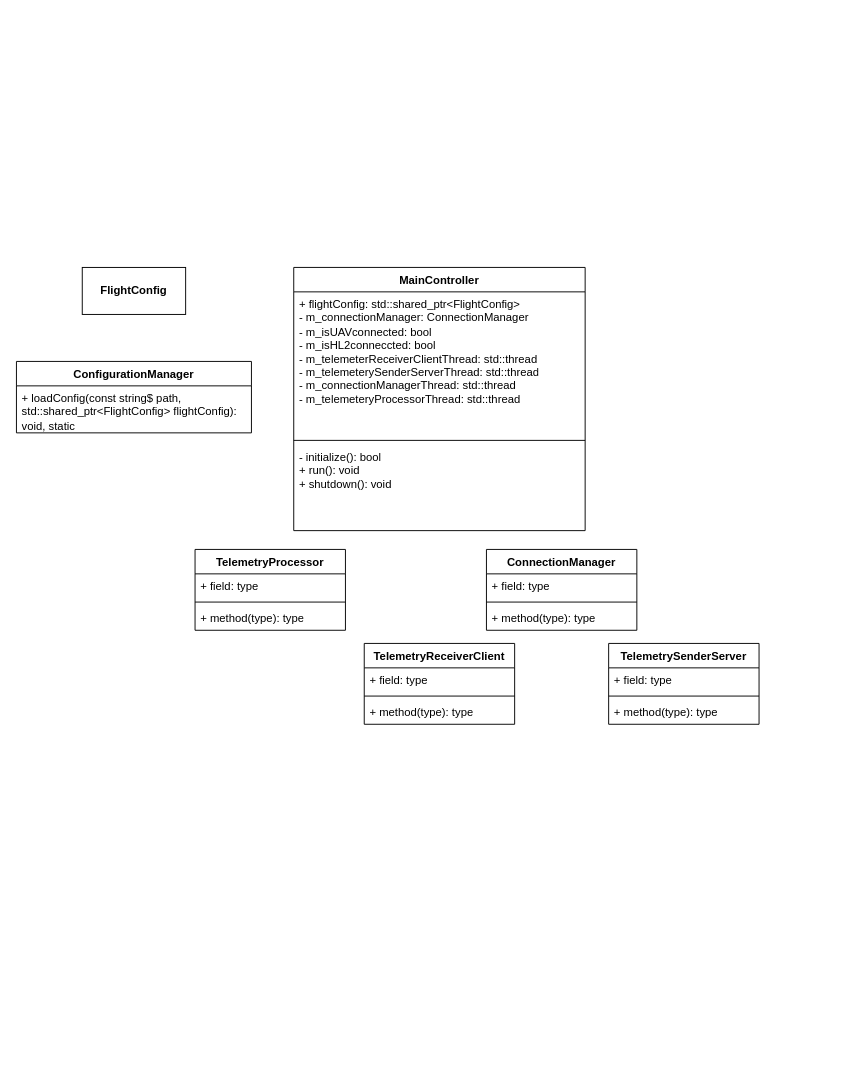
szymek1/DronePositioningV2 keeps this draw.io diagram as docs/WindowsDesktopAppBackend.drawio. Above is the earlier version. Source tidied: cells renumbered, new cells numbered last; positions are measured from the earlier drawing's top-left corner, leaving out a move shared by most shapes. Both pictures are drawn from the tidied source at 94%, with x=0, y=0 at pixel (16, 267).
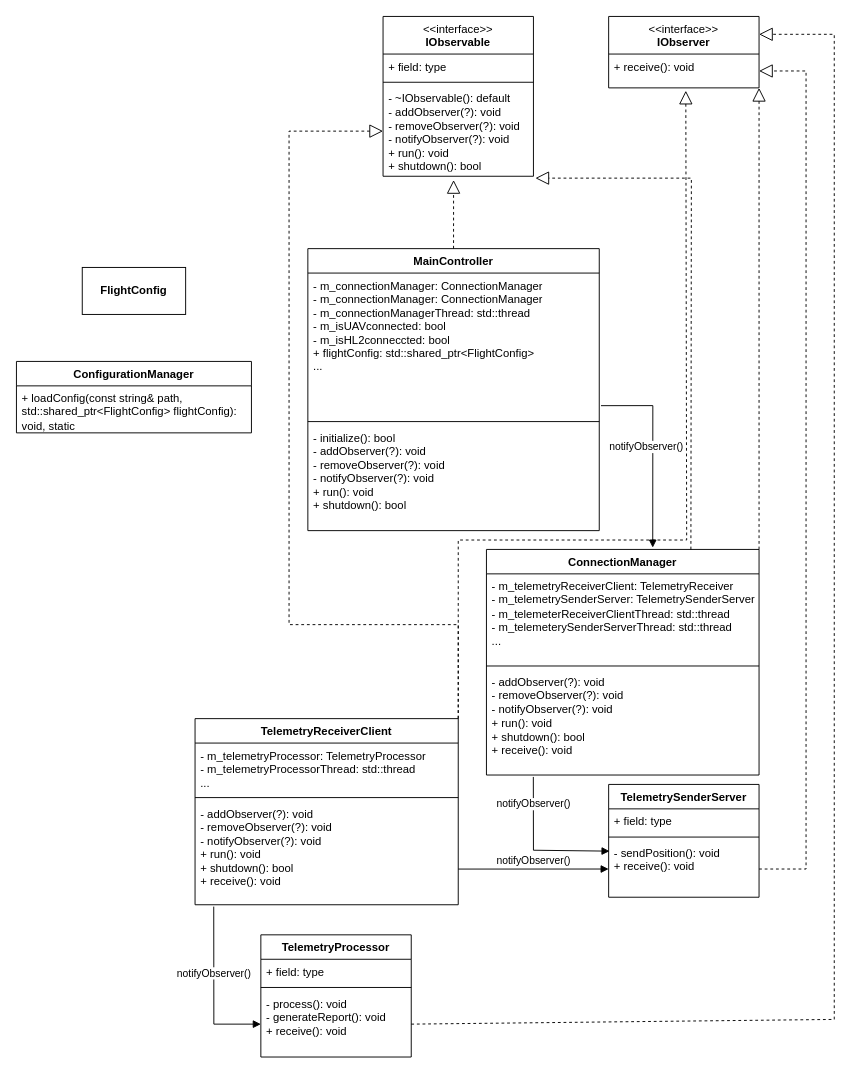
Above is the later version.

Commit message:
Working on Windows desktop app block diagram

The change refers to these unchanged cells:
```xml
<mxCell id="6" value="ConfigurationManager" style="swimlane;fontStyle=1;align=center;verticalAlign=top;horizontal=1;startSize=26;whiteSpace=wrap;html=1;" parent="1" vertex="1">
  <mxGeometry y="100" width="250" height="76" as="geometry" />
</mxCell>
```

What changed in the source:
```diff
@@
     <mxCell id="2" value="MainController" style="swimlane;fontStyle=1;align=center;verticalAlign=top;horizontal=1;startSize=26;whiteSpace=wrap;html=1;" parent="1" vertex="1">
-      <mxGeometry x="295" width="310" height="280" as="geometry" />
+      <mxGeometry x="310" y="-20" width="310" height="300" as="geometry" />
     </mxCell>
-    <mxCell id="3" value="&lt;div&gt;+ flightConfig: std::shared_ptr&amp;lt;FlightConfig&amp;gt;&lt;/div&gt;&lt;div&gt;- m_connectionManager: ConnectionManager&lt;/div&gt;&lt;div&gt;- m_isUAVconnected: bool&lt;/div&gt;&lt;div&gt;- m_isHL2conneccted: bool&lt;/div&gt;&lt;div&gt;- m_telemeterReceiverClientThread: std::thread&lt;br&gt;&lt;/div&gt;&lt;div&gt;- m_telemeterySenderServerThread: std::thread&lt;br&gt;&lt;/div&gt;&lt;div&gt;- m_connectionManagerThread: std::thread&lt;/div&gt;&lt;div&gt;- m_telemeteryProcessorThread: std::thread&lt;br&gt;&lt;/div&gt;" style="text;strokeColor=none;fillColor=none;align=left;verticalAlign=top;spacingLeft=4;spacingRight=4;overflow=hidden;points=[[0,0.5],[1,0.5]];portConstraint=eastwest;whiteSpace=wrap;html=1;" parent="2" vertex="1">
+    <mxCell id="3" value="&lt;div&gt;&lt;div&gt;&lt;div&gt;- m_connectionManager: ConnectionManager&lt;/div&gt;&lt;/div&gt;&lt;div&gt;- m_connectionManager: ConnectionManager&lt;/div&gt;&lt;div&gt;- m_connectionManagerThread: std::thread&lt;/div&gt;&lt;div&gt;&lt;div&gt;- m_isUAVconnected: bool&lt;/div&gt;&lt;div&gt;- m_isHL2conneccted: bool&lt;/div&gt;&lt;/div&gt;&lt;/div&gt;&lt;div&gt;+ flightConfig: std::shared_ptr&amp;lt;FlightConfig&amp;gt;&lt;/div&gt;&lt;div&gt;...&lt;br&gt;&lt;/div&gt;&lt;div&gt;&lt;br&gt;&lt;/div&gt;" style="text;strokeColor=none;fillColor=none;align=left;verticalAlign=top;spacingLeft=4;spacingRight=4;overflow=hidden;points=[[0,0.5],[1,0.5]];portConstraint=eastwest;whiteSpace=wrap;html=1;" parent="2" vertex="1">
       <mxGeometry y="26" width="310" height="154" as="geometry" />
     </mxCell>
@@
-    <mxCell id="5" value="&lt;div&gt;- initialize(): bool&lt;/div&gt;&lt;div&gt;+ run(): void&lt;/div&gt;&lt;div&gt;+ shutdown(): void&lt;br&gt;&lt;/div&gt;" style="text;strokeColor=none;fillColor=none;align=left;verticalAlign=top;spacingLeft=4;spacingRight=4;overflow=hidden;whiteSpace=wrap;html=1;" parent="2" vertex="1">
-      <mxGeometry y="188" width="310" height="92" as="geometry" />
+    <mxCell id="5" value="&lt;div&gt;- initialize(): bool&lt;/div&gt;&lt;div&gt;- addObserver(?): void&lt;/div&gt;&lt;div&gt;- removeObserver(?): void&lt;/div&gt;&lt;div&gt;- notifyObserver(?): void&lt;br&gt;&lt;/div&gt;&lt;div&gt;+ run(): void&lt;/div&gt;&lt;div&gt;+ shutdown(): bool&lt;br&gt;&lt;/div&gt;&lt;div&gt;&lt;br&gt;&lt;/div&gt;" style="text;strokeColor=none;fillColor=none;align=left;verticalAlign=top;spacingLeft=4;spacingRight=4;overflow=hidden;whiteSpace=wrap;html=1;" parent="2" vertex="1">
+      <mxGeometry y="188" width="310" height="112" as="geometry" />
     </mxCell>
@@
-    <mxCell id="7" value="&lt;div&gt;+ loadConfig(const string$ path, std::shared_ptr&amp;lt;FlightConfig&amp;gt; flightConfig): void, static&lt;/div&gt;" style="text;strokeColor=none;fillColor=none;align=left;verticalAlign=top;spacingLeft=4;spacingRight=4;overflow=hidden;whiteSpace=wrap;html=1;" parent="6" vertex="1">
+    <mxCell id="7" value="&lt;div&gt;+ loadConfig(const string&amp;amp; path, std::shared_ptr&amp;lt;FlightConfig&amp;gt; flightConfig): void, static&lt;/div&gt;" style="text;strokeColor=none;fillColor=none;align=left;verticalAlign=top;spacingLeft=4;spacingRight=4;overflow=hidden;whiteSpace=wrap;html=1;" parent="6" vertex="1">
       <mxGeometry y="26" width="250" height="50" as="geometry" />
     </mxCell>
     <mxCell id="8" value="ConnectionManager" style="swimlane;fontStyle=1;align=center;verticalAlign=top;horizontal=1;startSize=26;whiteSpace=wrap;html=1;" parent="1" vertex="1">
-      <mxGeometry x="500" y="300" width="160" height="86" as="geometry" />
+      <mxGeometry x="500" y="300" width="290" height="240" as="geometry" />
     </mxCell>
-    <mxCell id="9" value="+ field: type" style="text;strokeColor=none;fillColor=none;align=left;verticalAlign=top;spacingLeft=4;spacingRight=4;overflow=hidden;whiteSpace=wrap;html=1;" parent="8" vertex="1">
-      <mxGeometry y="26" width="160" height="26" as="geometry" />
+    <mxCell id="9" value="&lt;div&gt;&lt;div&gt;- m_telemetryReceiverClient: TelemetryReceiver&lt;/div&gt;&lt;div&gt;- m_telemetrySenderServer: TelemetrySenderServer&lt;br&gt;&lt;/div&gt;&lt;/div&gt;&lt;div&gt;- m_telemeterReceiverClientThread: std::thread&lt;br&gt;&lt;/div&gt;&lt;div&gt;- m_telemeterySenderServerThread: std::thread&lt;/div&gt;&lt;div&gt;...&lt;br&gt;&lt;/div&gt;&lt;div&gt;&lt;br&gt;&lt;/div&gt;" style="text;strokeColor=none;fillColor=none;align=left;verticalAlign=top;spacingLeft=4;spacingRight=4;overflow=hidden;whiteSpace=wrap;html=1;" parent="8" vertex="1">
+      <mxGeometry y="26" width="290" height="94" as="geometry" />
     </mxCell>
     <mxCell id="10" style="line;strokeWidth=1;fillColor=none;align=left;verticalAlign=middle;spacingTop=-1;spacingLeft=3;spacingRight=3;labelPosition=right;strokeColor=inherit;" parent="8" vertex="1">
-      <mxGeometry y="52" width="160" height="8" as="geometry" />
+      <mxGeometry y="120" width="290" height="8" as="geometry" />
     </mxCell>
-    <mxCell id="11" value="+ method(type): type" style="text;strokeColor=none;fillColor=none;align=left;verticalAlign=top;spacingLeft=4;spacingRight=4;overflow=hidden;points=[[0,0.5],[1,0.5]];portConstraint=eastwest;whiteSpace=wrap;html=1;" parent="8" vertex="1">
-      <mxGeometry y="60" width="160" height="26" as="geometry" />
+    <mxCell id="11" value="&lt;div&gt;- addObserver(?): void&lt;/div&gt;&lt;div&gt;- removeObserver(?): void&lt;/div&gt;&lt;div&gt;- notifyObserver(?): void&lt;br&gt;&lt;/div&gt;&lt;div&gt;+ run(): void&lt;/div&gt;&lt;div&gt;+ shutdown(): bool&lt;br&gt;&lt;/div&gt;&lt;div&gt;+ receive(): void&lt;br&gt;&lt;/div&gt;" style="text;strokeColor=none;fillColor=none;align=left;verticalAlign=top;spacingLeft=4;spacingRight=4;overflow=hidden;points=[[0,0.5],[1,0.5]];portConstraint=eastwest;whiteSpace=wrap;html=1;" parent="8" vertex="1">
+      <mxGeometry y="128" width="290" height="112" as="geometry" />
     </mxCell>
     <mxCell id="12" value="TelemetrySenderServer" style="swimlane;fontStyle=1;align=center;verticalAlign=top;horizontal=1;startSize=26;whiteSpace=wrap;html=1;" parent="1" vertex="1">
-      <mxGeometry x="630" y="400" width="160" height="86" as="geometry" />
+      <mxGeometry x="630" y="550" width="160" height="120" as="geometry" />
     </mxCell>
@@
-    <mxCell id="15" value="+ method(type): type" style="text;strokeColor=none;fillColor=none;align=left;verticalAlign=top;spacingLeft=4;spacingRight=4;overflow=hidden;points=[[0,0.5],[1,0.5]];portConstraint=eastwest;whiteSpace=wrap;html=1;" parent="12" vertex="1">
-      <mxGeometry y="60" width="160" height="26" as="geometry" />
+    <mxCell id="15" value="&lt;div&gt;- sendPosition(): void&lt;br&gt;&lt;/div&gt;&lt;div&gt;+ receive(): void&lt;/div&gt;" style="text;strokeColor=none;fillColor=none;align=left;verticalAlign=top;spacingLeft=4;spacingRight=4;overflow=hidden;points=[[0,0.5],[1,0.5]];portConstraint=eastwest;whiteSpace=wrap;html=1;" parent="12" vertex="1">
+      <mxGeometry y="60" width="160" height="60" as="geometry" />
     </mxCell>
     <mxCell id="16" value="TelemetryReceiverClient" style="swimlane;fontStyle=1;align=center;verticalAlign=top;horizontal=1;startSize=26;whiteSpace=wrap;html=1;" parent="1" vertex="1">
-      <mxGeometry x="370" y="400" width="160" height="86" as="geometry" />
+      <mxGeometry x="190" y="480" width="280" height="198" as="geometry" />
     </mxCell>
-    <mxCell id="17" value="+ field: type" style="text;strokeColor=none;fillColor=none;align=left;verticalAlign=top;spacingLeft=4;spacingRight=4;overflow=hidden;whiteSpace=wrap;html=1;" parent="16" vertex="1">
-      <mxGeometry y="26" width="160" height="26" as="geometry" />
+    <mxCell id="17" value="&lt;div&gt;- m_telemetryProcessor: TelemetryProcessor&lt;/div&gt;&lt;div&gt;- m_telemetryProcessorThread: std::thread&lt;/div&gt;&lt;div&gt;...&lt;br&gt;&lt;/div&gt;" style="text;strokeColor=none;fillColor=none;align=left;verticalAlign=top;spacingLeft=4;spacingRight=4;overflow=hidden;whiteSpace=wrap;html=1;" parent="16" vertex="1">
+      <mxGeometry y="26" width="280" height="54" as="geometry" />
     </mxCell>
     <mxCell id="18" style="line;strokeWidth=1;fillColor=none;align=left;verticalAlign=middle;spacingTop=-1;spacingLeft=3;spacingRight=3;labelPosition=right;strokeColor=inherit;" parent="16" vertex="1">
-      <mxGeometry y="52" width="160" height="8" as="geometry" />
+      <mxGeometry y="80" width="280" height="8" as="geometry" />
     </mxCell>
-    <mxCell id="19" value="+ method(type): type" style="text;strokeColor=none;fillColor=none;align=left;verticalAlign=top;spacingLeft=4;spacingRight=4;overflow=hidden;points=[[0,0.5],[1,0.5]];portConstraint=eastwest;whiteSpace=wrap;html=1;" parent="16" vertex="1">
-      <mxGeometry y="60" width="160" height="26" as="geometry" />
+    <mxCell id="19" value="&lt;div&gt;- addObserver(?): void&lt;/div&gt;&lt;div&gt;- removeObserver(?): void&lt;/div&gt;&lt;div&gt;- notifyObserver(?): void&lt;br&gt;&lt;/div&gt;&lt;div&gt;+ run(): void&lt;/div&gt;&lt;div&gt;+ shutdown(): bool&lt;br&gt;&lt;/div&gt;&lt;div&gt;+ receive(): void&lt;/div&gt;&lt;div&gt;&lt;br&gt;&lt;/div&gt;&lt;div&gt;&lt;br&gt;&lt;/div&gt;" style="text;strokeColor=none;fillColor=none;align=left;verticalAlign=top;spacingLeft=4;spacingRight=4;overflow=hidden;points=[[0,0.5],[1,0.5]];portConstraint=eastwest;whiteSpace=wrap;html=1;" parent="16" vertex="1">
+      <mxGeometry y="88" width="280" height="110" as="geometry" />
     </mxCell>
@@
     <mxCell id="21" value="TelemetryProcessor" style="swimlane;fontStyle=1;align=center;verticalAlign=top;horizontal=1;startSize=26;whiteSpace=wrap;html=1;" parent="1" vertex="1">
-      <mxGeometry x="190" y="300" width="160" height="86" as="geometry" />
+      <mxGeometry x="260" y="710" width="160" height="130" as="geometry" />
     </mxCell>
@@
-    <mxCell id="24" value="+ method(type): type" style="text;strokeColor=none;fillColor=none;align=left;verticalAlign=top;spacingLeft=4;spacingRight=4;overflow=hidden;points=[[0,0.5],[1,0.5]];portConstraint=eastwest;whiteSpace=wrap;html=1;" parent="21" vertex="1">
-      <mxGeometry y="60" width="160" height="26" as="geometry" />
+    <mxCell id="24" value="&lt;div&gt;- process(): void&lt;/div&gt;&lt;div&gt;- generateReport(): void&lt;br&gt;&lt;/div&gt;&lt;div&gt;+ receive(): void&lt;/div&gt;" style="text;strokeColor=none;fillColor=none;align=left;verticalAlign=top;spacingLeft=4;spacingRight=4;overflow=hidden;points=[[0,0.5],[1,0.5]];portConstraint=eastwest;whiteSpace=wrap;html=1;" parent="21" vertex="1">
+      <mxGeometry y="60" width="160" height="70" as="geometry" />
     </mxCell>
+    <mxCell id="25" value="&lt;span style=&quot;font-weight: normal;&quot;&gt;&amp;lt;&amp;lt;interface&amp;gt;&amp;gt;&lt;/span&gt;&lt;br&gt;&lt;div&gt;IObservable&lt;br&gt;&lt;/div&gt;" style="swimlane;fontStyle=1;align=center;verticalAlign=top;horizontal=1;startSize=40;whiteSpace=wrap;html=1;" parent="1" vertex="1">
+      <mxGeometry x="390" y="-267" width="160" height="170" as="geometry" />
+    </mxCell>
+    <mxCell id="26" value="+ field: type" style="text;strokeColor=none;fillColor=none;align=left;verticalAlign=top;spacingLeft=4;spacingRight=4;overflow=hidden;whiteSpace=wrap;html=1;" parent="25" vertex="1">
+      <mxGeometry y="40" width="160" height="26" as="geometry" />
+    </mxCell>
+    <mxCell id="27" style="line;strokeWidth=1;fillColor=none;align=left;verticalAlign=middle;spacingTop=-1;spacingLeft=3;spacingRight=3;labelPosition=right;strokeColor=inherit;" parent="25" vertex="1">
+      <mxGeometry y="66" width="160" height="8" as="geometry" />
+    </mxCell>
+    <mxCell id="28" value="&lt;div&gt;- ~IObservable(): default&lt;/div&gt;&lt;div&gt;- addObserver(?): void&lt;/div&gt;&lt;div&gt;- removeObserver(?): void&lt;/div&gt;&lt;div&gt;- notifyObserver(?): void&lt;br&gt;&lt;/div&gt;&lt;div&gt;+ run(): void&lt;/div&gt;&lt;div&gt;+ shutdown(): bool&lt;br&gt;&lt;/div&gt;" style="text;strokeColor=none;fillColor=none;align=left;verticalAlign=top;spacingLeft=4;spacingRight=4;overflow=hidden;points=[[0,0.5],[1,0.5]];portConstraint=eastwest;whiteSpace=wrap;html=1;" parent="25" vertex="1">
+      <mxGeometry y="74" width="160" height="96" as="geometry" />
+    </mxCell>
+    <mxCell id="29" value="&lt;span style=&quot;font-weight: normal;&quot;&gt;&amp;lt;&amp;lt;interface&amp;gt;&amp;gt;&lt;/span&gt;&lt;br&gt;&lt;div&gt;IObserver&lt;br&gt;&lt;/div&gt;" style="swimlane;fontStyle=1;align=center;verticalAlign=top;horizontal=1;startSize=40;whiteSpace=wrap;html=1;" parent="1" vertex="1">
+      <mxGeometry x="630" y="-267" width="160" height="76" as="geometry" />
+    </mxCell>
+    <mxCell id="30" value="+ receive(): void" style="text;strokeColor=none;fillColor=none;align=left;verticalAlign=top;spacingLeft=4;spacingRight=4;overflow=hidden;points=[[0,0.5],[1,0.5]];portConstraint=eastwest;whiteSpace=wrap;html=1;" parent="29" vertex="1">
+      <mxGeometry y="40" width="160" height="36" as="geometry" />
+    </mxCell>
+    <mxCell id="31" style="endArrow=block;dashed=1;endFill=0;endSize=12;html=1;rounded=0;entryX=0.469;entryY=1.042;entryDx=0;entryDy=0;entryPerimeter=0;exitX=0.5;exitY=0;exitDx=0;exitDy=0;" parent="1" edge="1" source="2" target="28">
+      <mxGeometry relative="1" as="geometry" />
+    </mxCell>
+    <mxCell id="32" style="endArrow=block;dashed=1;endFill=0;endSize=12;html=1;rounded=0;exitX=1;exitY=0;exitDx=0;exitDy=0;entryX=1;entryY=1;entryDx=0;entryDy=0;" parent="1" edge="1" source="8" target="29">
+      <mxGeometry relative="1" as="geometry" />
+    </mxCell>
+    <mxCell id="33" style="endArrow=block;dashed=1;endFill=0;endSize=12;html=1;rounded=0;exitX=0.75;exitY=0;exitDx=0;exitDy=0;entryX=1.013;entryY=1.021;entryDx=0;entryDy=0;entryPerimeter=0;" parent="1" edge="1" source="8" target="28">
+      <mxGeometry relative="1" as="geometry">
+        <Array as="points">
+          <mxPoint x="718" y="-95" />
+        </Array>
+      </mxGeometry>
+    </mxCell>
+    <mxCell id="34" style="endArrow=block;dashed=1;endFill=0;endSize=12;html=1;rounded=0;exitX=1;exitY=0;exitDx=0;exitDy=0;entryX=0;entryY=0.5;entryDx=0;entryDy=0;" parent="1" edge="1" source="16" target="28">
+      <mxGeometry relative="1" as="geometry">
+        <Array as="points">
+          <mxPoint x="470" y="380" />
+          <mxPoint x="290" y="380" />
+          <mxPoint x="290" y="-145" />
+        </Array>
+      </mxGeometry>
+    </mxCell>
+    <mxCell id="35" style="endArrow=block;dashed=1;endFill=0;endSize=12;html=1;rounded=0;exitX=1;exitY=0;exitDx=0;exitDy=0;entryX=0.513;entryY=1.083;entryDx=0;entryDy=0;entryPerimeter=0;" parent="1" edge="1" source="16" target="30">
+      <mxGeometry relative="1" as="geometry">
+        <Array as="points">
+          <mxPoint x="470" y="290" />
+          <mxPoint x="713" y="290" />
+        </Array>
+      </mxGeometry>
+    </mxCell>
+    <mxCell id="36" style="endArrow=block;dashed=1;endFill=0;endSize=12;html=1;rounded=0;exitX=1;exitY=0.5;exitDx=0;exitDy=0;entryX=1;entryY=0.5;entryDx=0;entryDy=0;" parent="1" edge="1" source="15" target="30">
+      <mxGeometry relative="1" as="geometry">
+        <Array as="points">
+          <mxPoint x="840" y="640" />
+          <mxPoint x="840" y="-209" />
+        </Array>
+      </mxGeometry>
+    </mxCell>
+    <mxCell id="37" style="endArrow=block;dashed=1;endFill=0;endSize=12;html=1;rounded=0;exitX=1;exitY=0.5;exitDx=0;exitDy=0;entryX=1;entryY=0.25;entryDx=0;entryDy=0;" parent="1" edge="1" source="24" target="29">
+      <mxGeometry relative="1" as="geometry">
+        <Array as="points">
+          <mxPoint x="870" y="800" />
+          <mxPoint x="870" y="380" />
+          <mxPoint x="870" y="-248" />
+        </Array>
+      </mxGeometry>
+    </mxCell>
+    <mxCell id="38" value="notifyObserver()" style="html=1;verticalAlign=bottom;endArrow=block;curved=0;rounded=0;entryX=0;entryY=0.5;entryDx=0;entryDy=0;exitX=0.071;exitY=1.018;exitDx=0;exitDy=0;exitPerimeter=0;" parent="1" edge="1" source="19" target="24">
+      <mxGeometry x="-0.09" relative="1" as="geometry">
+        <Array as="points">
+          <mxPoint x="210" y="805" />
+        </Array>
+      </mxGeometry>
+    </mxCell>
+    <mxCell id="39" value="notifyObserver()" style="html=1;verticalAlign=bottom;endArrow=block;curved=0;rounded=0;exitX=1;exitY=0.655;exitDx=0;exitDy=0;entryX=0;entryY=0.5;entryDx=0;entryDy=0;exitPerimeter=0;" parent="1" edge="1" source="19" target="15">
+      <mxGeometry relative="1" as="geometry" />
+    </mxCell>
+    <mxCell id="40" value="notifyObserver()" style="html=1;verticalAlign=bottom;endArrow=block;curved=0;rounded=0;entryX=0.006;entryY=0.183;entryDx=0;entryDy=0;entryPerimeter=0;exitX=0.172;exitY=1.018;exitDx=0;exitDy=0;exitPerimeter=0;" parent="1" edge="1" source="11" target="15">
+      <mxGeometry x="-0.52" relative="1" as="geometry">
+        <Array as="points">
+          <mxPoint x="550" y="620" />
+        </Array>
+      </mxGeometry>
+    </mxCell>
+    <mxCell id="41" value="notifyObserver()" style="html=1;verticalAlign=bottom;endArrow=block;curved=0;rounded=0;exitX=1.006;exitY=0.916;exitDx=0;exitDy=0;entryX=0.61;entryY=-0.008;entryDx=0;entryDy=0;exitPerimeter=0;entryPerimeter=0;" parent="1" edge="1" source="3" target="8">
+      <mxGeometry x="0.05" y="-7" relative="1" as="geometry">
+        <Array as="points">
+          <mxPoint x="677" y="147" />
+        </Array>
+      </mxGeometry>
+    </mxCell>
```
